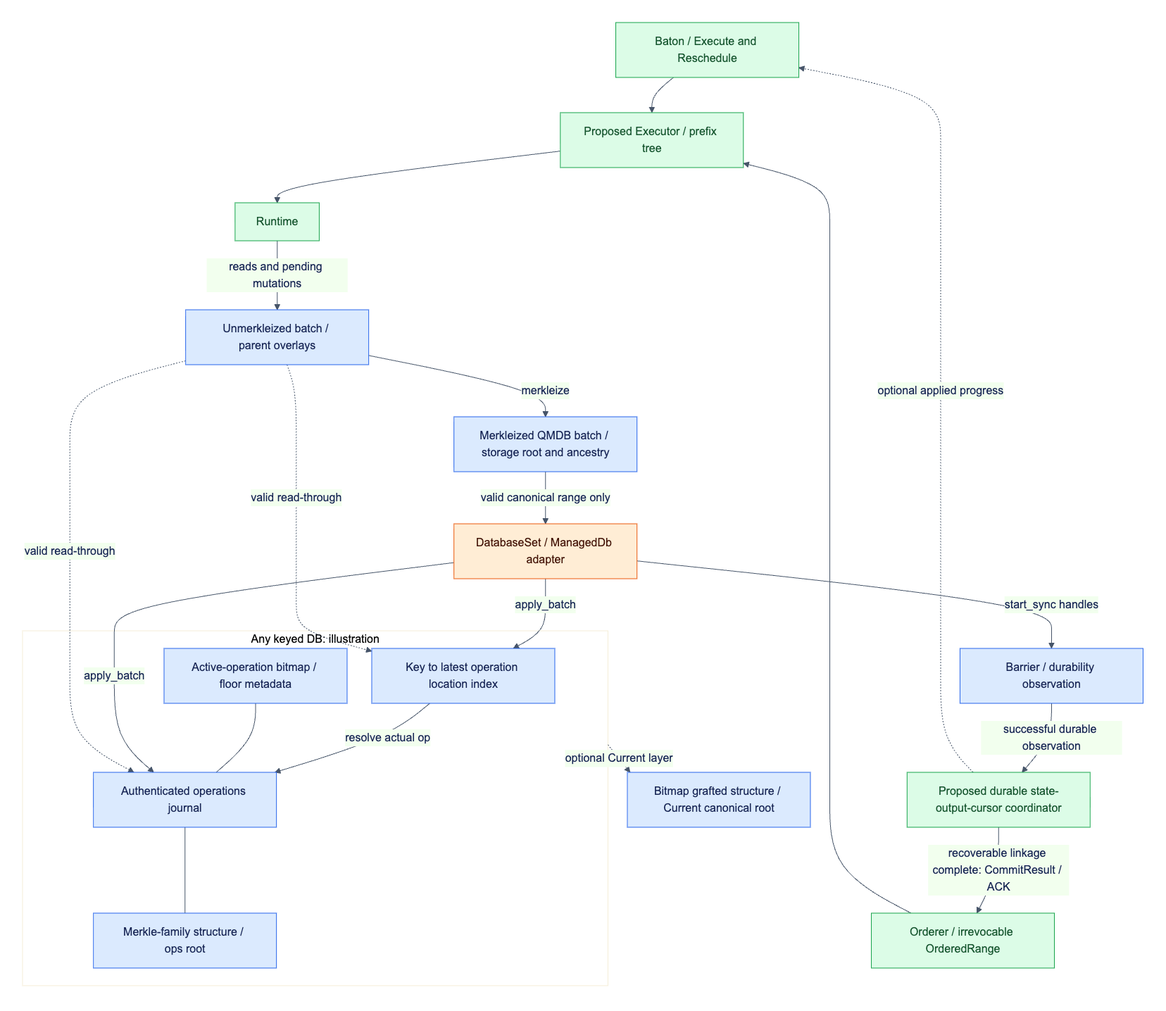
This is docs/assets/diagrams/diagram-17.png from djm07073/baton-research, a Mermaid export, as it was before one commit. Its source is kept beside it as docs/assets/diagrams/diagram-17.mmd.
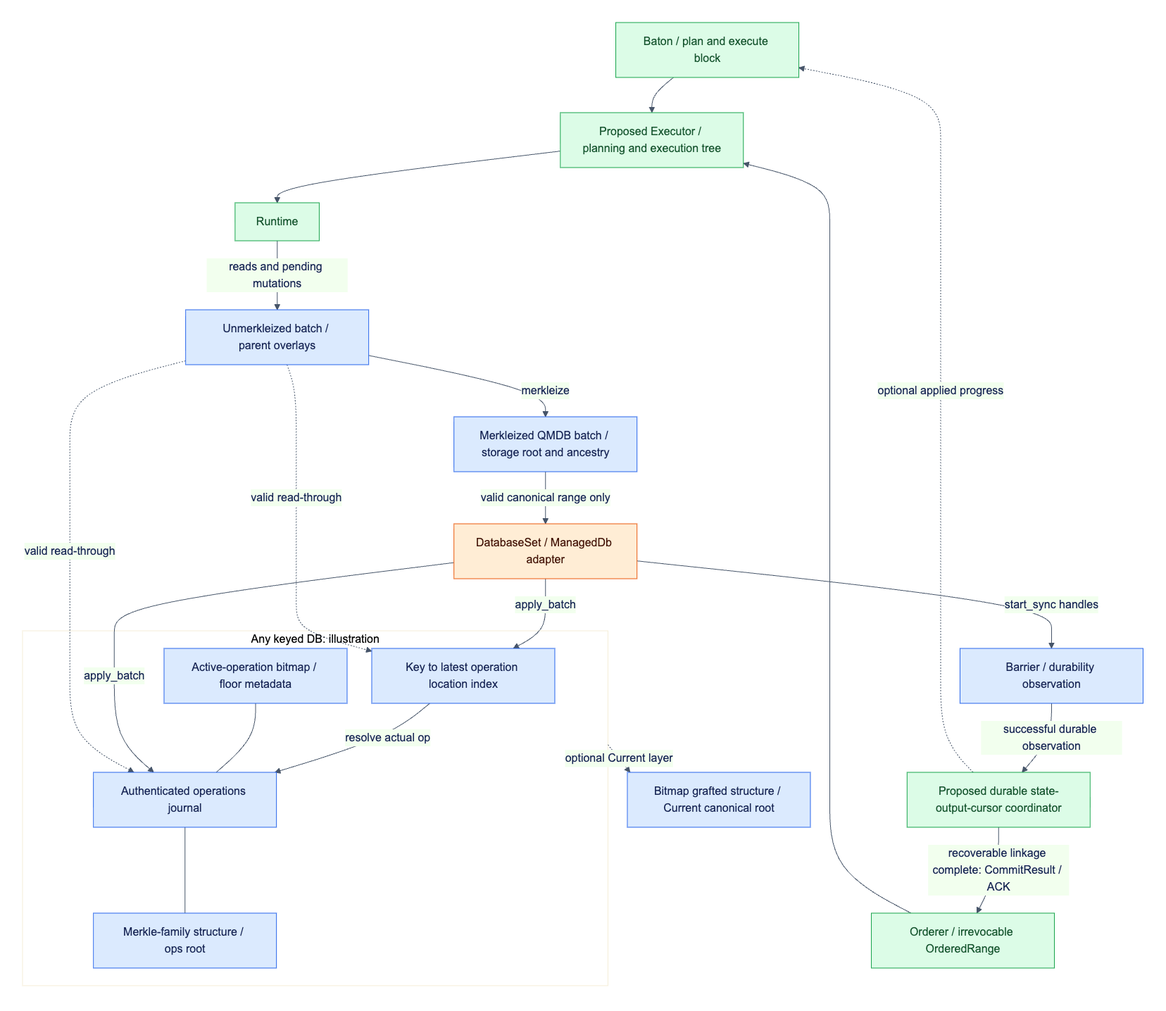
The same file after the commit.

Diff of the diagram source:
```diff
@@ -1,5 +1,5 @@
 flowchart TB
-    B[Baton / Execute and Reschedule] --> O[Proposed Executor / prefix tree]
+    B[Baton / plan and execute block] --> O[Proposed Executor / planning and execution tree]
     ORDER[Orderer / irrevocable OrderedRange] --> O
     O --> R[Runtime]
     R -->|reads and pending mutations| U[Unmerkleized batch / parent overlays]
```
